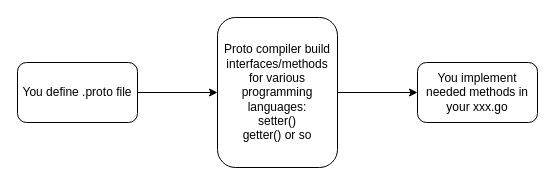
The draw.io diagram doc/proj2_gRPC_ProtocolBuffer_Client-Server_Token_Manager/structure.drawio in DayuanTan/CMSC621_Advanced_OS_2022S, before the edit. Source tidied: cells renumbered, new cells numbered last; positions are measured from the earlier drawing's top-left corner, leaving out a move shared by most shapes. Both pictures are drawn from the tidied source at 100%, with x=0, y=0 at pixel (17, 17).
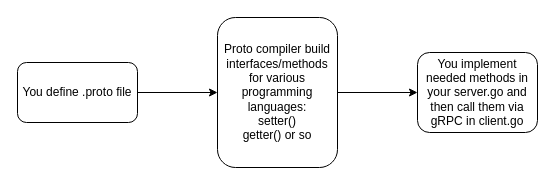
After the change.

The edit, as a diff of the source:
```diff
@@
 <mxGraphModel>
   <root>
     <mxCell id="0" />
     <mxCell id="1" parent="0" />
     <mxCell id="2" style="edgeStyle=none;html=1;" parent="1" edge="1" source="3" target="5">
       <mxGeometry relative="1" as="geometry" />
     </mxCell>
     <mxCell id="3" value="You define .proto file" style="rounded=1;whiteSpace=wrap;html=1;" parent="1" vertex="1">
       <mxGeometry y="45" width="120" height="60" as="geometry" />
     </mxCell>
     <mxCell id="4" style="edgeStyle=none;html=1;" parent="1" edge="1" source="5" target="6">
       <mxGeometry relative="1" as="geometry" />
     </mxCell>
     <mxCell id="5" value="&lt;span&gt;Proto compiler build interfaces/methods for various programming languages:&lt;/span&gt;&lt;br&gt;&lt;span&gt;setter()&lt;/span&gt;&lt;br&gt;&lt;span&gt;getter() or so&lt;/span&gt;" style="whiteSpace=wrap;html=1;rounded=1;" parent="1" vertex="1">
       <mxGeometry x="200" width="120" height="150" as="geometry" />
     </mxCell>
-    <mxCell id="6" value="You implement needed methods in your xxx.go" style="whiteSpace=wrap;html=1;rounded=1;" parent="1" vertex="1">
-      <mxGeometry x="400" y="45" width="120" height="60" as="geometry" />
+    <mxCell id="6" value="You implement needed methods in your server.go and then call them via gRPC in client.go" style="whiteSpace=wrap;html=1;rounded=1;" parent="1" vertex="1">
+      <mxGeometry x="400" y="35" width="120" height="80" as="geometry" />
     </mxCell>
   </root>
 </mxGraphModel>
```
